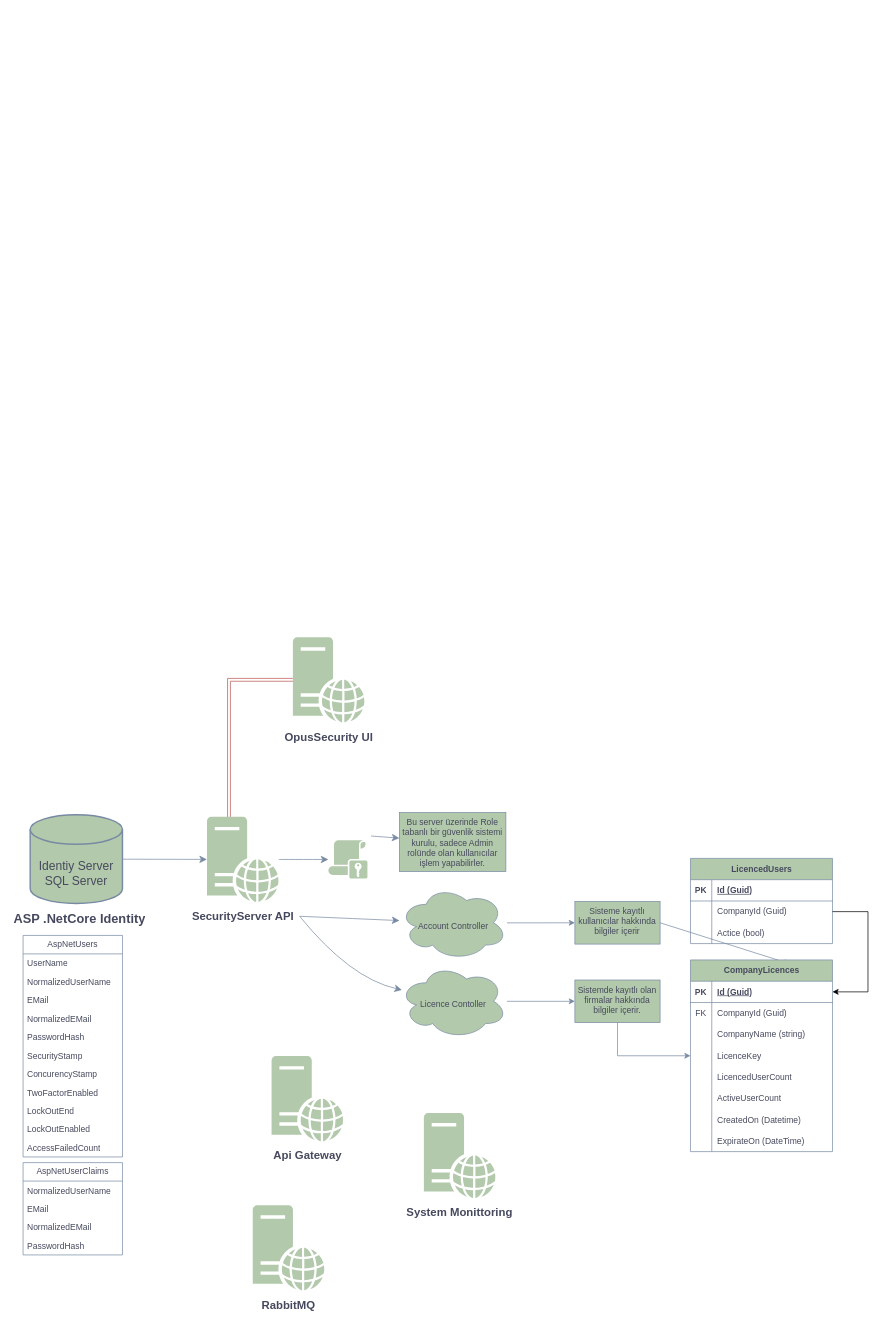
gvardal/drawio keeps this draw.io diagram as Başlıksız Diyagram.drawio. Above is the earlier version. Source tidied: cells renumbered, new cells numbered last; positions are measured from the earlier drawing's top-left corner, leaving out a move shared by most shapes. Both pictures are drawn from the tidied source at 71%, with x=0, y=0 at pixel (12, 637).
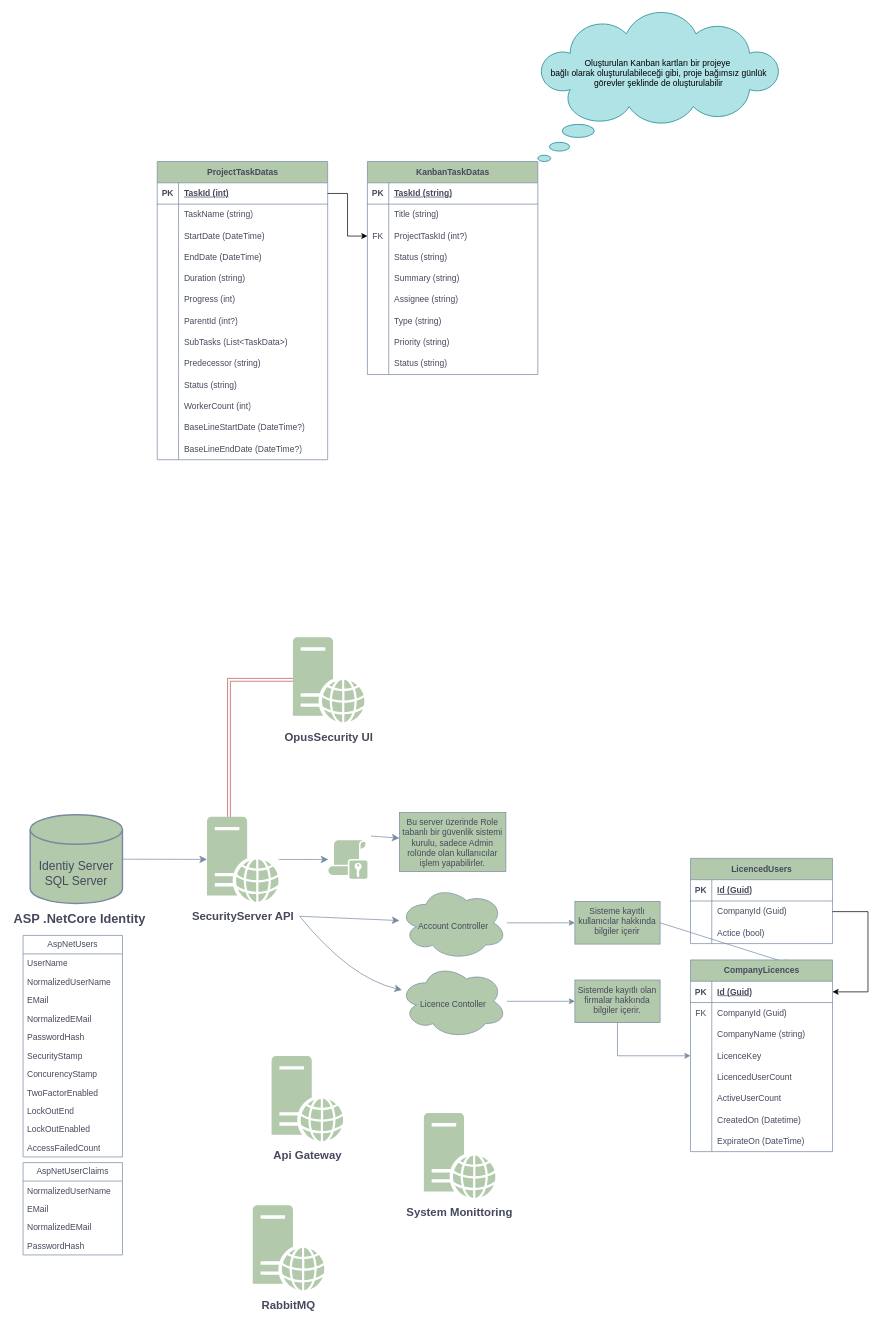
The same diagram, later.

Diff of the diagram source:
```diff
@@
+    <mxCell id="88" value="ProjectTaskDatas" style="shape=table;startSize=30;childLayout=tableLayout;rowLines=0;fontStyle=1;align=center;html=1;labelBackgroundColor=none;fillColor=#B2C9AB;strokeColor=#788AA3;fontColor=#46495D;" parent="1" vertex="1">
+      <mxGeometry x="204" y="-670" width="240" height="420" as="geometry" />
+    </mxCell>
+    <mxCell id="89" style="shape=tableRow;horizontal=0;startSize=0;swimlaneHead=0;swimlaneBody=0;fillColor=none;points=[[0,0.5],[1,0.5]];portConstraint=eastwest;top=0;left=0;right=0;bottom=1;labelBackgroundColor=none;strokeColor=#788AA3;fontColor=#46495D;" parent="88" vertex="1">
+      <mxGeometry y="30" width="240" height="30" as="geometry" />
+    </mxCell>
+    <mxCell id="90" value="PK" style="shape=partialRectangle;fillColor=none;top=0;left=0;bottom=0;right=0;fontStyle=1;overflow=hidden;whiteSpace=wrap;html=1;labelBackgroundColor=none;strokeColor=#788AA3;fontColor=#46495D;" parent="89" vertex="1">
+      <mxGeometry width="30" height="30" as="geometry" />
+    </mxCell>
+    <mxCell id="91" value="TaskId (int)" style="shape=partialRectangle;fillColor=none;top=0;left=0;bottom=0;right=0;align=left;spacingLeft=6;fontStyle=5;overflow=hidden;whiteSpace=wrap;html=1;labelBackgroundColor=none;strokeColor=#788AA3;fontColor=#46495D;" parent="89" vertex="1">
+      <mxGeometry x="30" width="210" height="30" as="geometry" />
+    </mxCell>
+    <mxCell id="92" style="shape=tableRow;horizontal=0;startSize=0;swimlaneHead=0;swimlaneBody=0;fillColor=none;top=0;left=0;right=0;bottom=0;labelBackgroundColor=none;strokeColor=#788AA3;fontColor=#46495D;" parent="88" vertex="1">
+      <mxGeometry y="60" width="240" height="30" as="geometry" />
+    </mxCell>
+    <mxCell id="93" style="shape=partialRectangle;fillColor=none;top=0;left=0;bottom=0;right=0;overflow=hidden;whiteSpace=wrap;html=1;labelBackgroundColor=none;strokeColor=#788AA3;fontColor=#46495D;" parent="92" vertex="1">
+      <mxGeometry width="30" height="30" as="geometry" />
+    </mxCell>
+    <mxCell id="94" value="TaskName (string)" style="shape=partialRectangle;fillColor=none;top=0;left=0;bottom=0;right=0;align=left;spacingLeft=6;overflow=hidden;whiteSpace=wrap;html=1;labelBackgroundColor=none;strokeColor=#788AA3;fontColor=#46495D;" parent="92" vertex="1">
+      <mxGeometry x="30" width="210" height="30" as="geometry" />
+    </mxCell>
+    <mxCell id="95" style="shape=tableRow;horizontal=0;startSize=0;swimlaneHead=0;swimlaneBody=0;fillColor=none;top=0;left=0;right=0;bottom=0;labelBackgroundColor=none;strokeColor=#788AA3;fontColor=#46495D;" parent="88" vertex="1">
+      <mxGeometry y="90" width="240" height="30" as="geometry" />
+    </mxCell>
+    <mxCell id="96" style="shape=partialRectangle;fillColor=none;top=0;left=0;bottom=0;right=0;overflow=hidden;whiteSpace=wrap;html=1;labelBackgroundColor=none;strokeColor=#788AA3;fontColor=#46495D;" parent="95" vertex="1">
+      <mxGeometry width="30" height="30" as="geometry" />
+    </mxCell>
+    <mxCell id="97" value="StartDate (DateTime)" style="shape=partialRectangle;fillColor=none;top=0;left=0;bottom=0;right=0;align=left;spacingLeft=6;overflow=hidden;whiteSpace=wrap;html=1;labelBackgroundColor=none;strokeColor=#788AA3;fontColor=#46495D;" parent="95" vertex="1">
+      <mxGeometry x="30" width="210" height="30" as="geometry" />
+    </mxCell>
+    <mxCell id="98" style="shape=tableRow;horizontal=0;startSize=0;swimlaneHead=0;swimlaneBody=0;fillColor=none;top=0;left=0;right=0;bottom=0;labelBackgroundColor=none;strokeColor=#788AA3;fontColor=#46495D;" parent="88" vertex="1">
+      <mxGeometry y="120" width="240" height="30" as="geometry" />
+    </mxCell>
+    <mxCell id="99" style="shape=partialRectangle;fillColor=none;top=0;left=0;bottom=0;right=0;overflow=hidden;whiteSpace=wrap;html=1;labelBackgroundColor=none;strokeColor=#788AA3;fontColor=#46495D;" parent="98" vertex="1">
+      <mxGeometry width="30" height="30" as="geometry" />
+    </mxCell>
+    <mxCell id="100" value="EndDate (DateTime)" style="shape=partialRectangle;fillColor=none;top=0;left=0;bottom=0;right=0;align=left;spacingLeft=6;overflow=hidden;whiteSpace=wrap;html=1;labelBackgroundColor=none;strokeColor=#788AA3;fontColor=#46495D;" parent="98" vertex="1">
+      <mxGeometry x="30" width="210" height="30" as="geometry" />
+    </mxCell>
+    <mxCell id="101" style="shape=tableRow;horizontal=0;startSize=0;swimlaneHead=0;swimlaneBody=0;fillColor=none;top=0;left=0;right=0;bottom=0;labelBackgroundColor=none;strokeColor=#788AA3;fontColor=#46495D;" parent="88" vertex="1">
+      <mxGeometry y="150" width="240" height="30" as="geometry" />
+    </mxCell>
+    <mxCell id="102" style="shape=partialRectangle;fillColor=none;top=0;left=0;bottom=0;right=0;overflow=hidden;whiteSpace=wrap;html=1;labelBackgroundColor=none;strokeColor=#788AA3;fontColor=#46495D;" parent="101" vertex="1">
+      <mxGeometry width="30" height="30" as="geometry" />
+    </mxCell>
+    <mxCell id="103" value="Duration (string)" style="shape=partialRectangle;fillColor=none;top=0;left=0;bottom=0;right=0;align=left;spacingLeft=6;overflow=hidden;whiteSpace=wrap;html=1;labelBackgroundColor=none;strokeColor=#788AA3;fontColor=#46495D;" parent="101" vertex="1">
+      <mxGeometry x="30" width="210" height="30" as="geometry" />
+    </mxCell>
+    <mxCell id="104" style="shape=tableRow;horizontal=0;startSize=0;swimlaneHead=0;swimlaneBody=0;fillColor=none;top=0;left=0;right=0;bottom=0;labelBackgroundColor=none;strokeColor=#788AA3;fontColor=#46495D;" parent="88" vertex="1">
+      <mxGeometry y="180" width="240" height="30" as="geometry" />
+    </mxCell>
+    <mxCell id="105" style="shape=partialRectangle;fillColor=none;top=0;left=0;bottom=0;right=0;overflow=hidden;whiteSpace=wrap;html=1;labelBackgroundColor=none;strokeColor=#788AA3;fontColor=#46495D;" parent="104" vertex="1">
+      <mxGeometry width="30" height="30" as="geometry" />
+    </mxCell>
+    <mxCell id="106" value="Progress (int)" style="shape=partialRectangle;fillColor=none;top=0;left=0;bottom=0;right=0;align=left;spacingLeft=6;overflow=hidden;whiteSpace=wrap;html=1;labelBackgroundColor=none;strokeColor=#788AA3;fontColor=#46495D;" parent="104" vertex="1">
+      <mxGeometry x="30" width="210" height="30" as="geometry" />
+    </mxCell>
+    <mxCell id="107" style="shape=tableRow;horizontal=0;startSize=0;swimlaneHead=0;swimlaneBody=0;fillColor=none;top=0;left=0;right=0;bottom=0;labelBackgroundColor=none;strokeColor=#788AA3;fontColor=#46495D;" parent="88" vertex="1">
+      <mxGeometry y="210" width="240" height="30" as="geometry" />
+    </mxCell>
+    <mxCell id="108" style="shape=partialRectangle;fillColor=none;top=0;left=0;bottom=0;right=0;overflow=hidden;whiteSpace=wrap;html=1;labelBackgroundColor=none;strokeColor=#788AA3;fontColor=#46495D;" parent="107" vertex="1">
+      <mxGeometry width="30" height="30" as="geometry" />
+    </mxCell>
+    <mxCell id="109" value="ParentId (int?)" style="shape=partialRectangle;fillColor=none;top=0;left=0;bottom=0;right=0;align=left;spacingLeft=6;overflow=hidden;whiteSpace=wrap;html=1;labelBackgroundColor=none;strokeColor=#788AA3;fontColor=#46495D;" parent="107" vertex="1">
+      <mxGeometry x="30" width="210" height="30" as="geometry" />
+    </mxCell>
+    <mxCell id="110" style="shape=tableRow;horizontal=0;startSize=0;swimlaneHead=0;swimlaneBody=0;fillColor=none;top=0;left=0;right=0;bottom=0;labelBackgroundColor=none;strokeColor=#788AA3;fontColor=#46495D;" parent="88" vertex="1">
+      <mxGeometry y="240" width="240" height="30" as="geometry" />
+    </mxCell>
+    <mxCell id="111" style="shape=partialRectangle;fillColor=none;top=0;left=0;bottom=0;right=0;overflow=hidden;whiteSpace=wrap;html=1;labelBackgroundColor=none;strokeColor=#788AA3;fontColor=#46495D;" parent="110" vertex="1">
+      <mxGeometry width="30" height="30" as="geometry" />
+    </mxCell>
+    <mxCell id="112" value="SubTasks (List&amp;lt;TaskData&amp;gt;)" style="shape=partialRectangle;fillColor=none;top=0;left=0;bottom=0;right=0;align=left;spacingLeft=6;overflow=hidden;whiteSpace=wrap;html=1;labelBackgroundColor=none;strokeColor=#788AA3;fontColor=#46495D;" parent="110" vertex="1">
+      <mxGeometry x="30" width="210" height="30" as="geometry" />
+    </mxCell>
+    <mxCell id="113" style="shape=tableRow;horizontal=0;startSize=0;swimlaneHead=0;swimlaneBody=0;fillColor=none;top=0;left=0;right=0;bottom=0;labelBackgroundColor=none;strokeColor=#788AA3;fontColor=#46495D;" parent="88" vertex="1">
+      <mxGeometry y="270" width="240" height="30" as="geometry" />
+    </mxCell>
+    <mxCell id="114" style="shape=partialRectangle;fillColor=none;top=0;left=0;bottom=0;right=0;overflow=hidden;whiteSpace=wrap;html=1;labelBackgroundColor=none;strokeColor=#788AA3;fontColor=#46495D;" parent="113" vertex="1">
+      <mxGeometry width="30" height="30" as="geometry" />
+    </mxCell>
+    <mxCell id="115" value="Predecessor (string)" style="shape=partialRectangle;fillColor=none;top=0;left=0;bottom=0;right=0;align=left;spacingLeft=6;overflow=hidden;whiteSpace=wrap;html=1;labelBackgroundColor=none;strokeColor=#788AA3;fontColor=#46495D;" parent="113" vertex="1">
+      <mxGeometry x="30" width="210" height="30" as="geometry" />
+    </mxCell>
+    <mxCell id="116" style="shape=tableRow;horizontal=0;startSize=0;swimlaneHead=0;swimlaneBody=0;fillColor=none;top=0;left=0;right=0;bottom=0;labelBackgroundColor=none;strokeColor=#788AA3;fontColor=#46495D;" parent="88" vertex="1">
+      <mxGeometry y="300" width="240" height="30" as="geometry" />
+    </mxCell>
+    <mxCell id="117" style="shape=partialRectangle;fillColor=none;top=0;left=0;bottom=0;right=0;overflow=hidden;whiteSpace=wrap;html=1;labelBackgroundColor=none;strokeColor=#788AA3;fontColor=#46495D;" parent="116" vertex="1">
+      <mxGeometry width="30" height="30" as="geometry" />
+    </mxCell>
+    <mxCell id="118" value="Status (string)" style="shape=partialRectangle;fillColor=none;top=0;left=0;bottom=0;right=0;align=left;spacingLeft=6;overflow=hidden;whiteSpace=wrap;html=1;labelBackgroundColor=none;strokeColor=#788AA3;fontColor=#46495D;" parent="116" vertex="1">
+      <mxGeometry x="30" width="210" height="30" as="geometry" />
+    </mxCell>
+    <mxCell id="119" style="shape=tableRow;horizontal=0;startSize=0;swimlaneHead=0;swimlaneBody=0;fillColor=none;top=0;left=0;right=0;bottom=0;labelBackgroundColor=none;strokeColor=#788AA3;fontColor=#46495D;" parent="88" vertex="1">
+      <mxGeometry y="330" width="240" height="30" as="geometry" />
+    </mxCell>
+    <mxCell id="120" style="shape=partialRectangle;fillColor=none;top=0;left=0;bottom=0;right=0;overflow=hidden;whiteSpace=wrap;html=1;labelBackgroundColor=none;strokeColor=#788AA3;fontColor=#46495D;" parent="119" vertex="1">
+      <mxGeometry width="30" height="30" as="geometry" />
+    </mxCell>
+    <mxCell id="121" value="WorkerCount (int)" style="shape=partialRectangle;fillColor=none;top=0;left=0;bottom=0;right=0;align=left;spacingLeft=6;overflow=hidden;whiteSpace=wrap;html=1;labelBackgroundColor=none;strokeColor=#788AA3;fontColor=#46495D;" parent="119" vertex="1">
+      <mxGeometry x="30" width="210" height="30" as="geometry" />
+    </mxCell>
+    <mxCell id="122" style="shape=tableRow;horizontal=0;startSize=0;swimlaneHead=0;swimlaneBody=0;fillColor=none;top=0;left=0;right=0;bottom=0;labelBackgroundColor=none;strokeColor=#788AA3;fontColor=#46495D;" parent="88" vertex="1">
+      <mxGeometry y="360" width="240" height="30" as="geometry" />
+    </mxCell>
+    <mxCell id="123" style="shape=partialRectangle;fillColor=none;top=0;left=0;bottom=0;right=0;overflow=hidden;whiteSpace=wrap;html=1;labelBackgroundColor=none;strokeColor=#788AA3;fontColor=#46495D;" parent="122" vertex="1">
+      <mxGeometry width="30" height="30" as="geometry" />
+    </mxCell>
+    <mxCell id="124" value="BaseLineStartDate (DateTime?)" style="shape=partialRectangle;fillColor=none;top=0;left=0;bottom=0;right=0;align=left;spacingLeft=6;overflow=hidden;whiteSpace=wrap;html=1;labelBackgroundColor=none;strokeColor=#788AA3;fontColor=#46495D;" parent="122" vertex="1">
+      <mxGeometry x="30" width="210" height="30" as="geometry" />
+    </mxCell>
+    <mxCell id="125" style="shape=tableRow;horizontal=0;startSize=0;swimlaneHead=0;swimlaneBody=0;fillColor=none;top=0;left=0;right=0;bottom=0;labelBackgroundColor=none;strokeColor=#788AA3;fontColor=#46495D;" parent="88" vertex="1">
+      <mxGeometry y="390" width="240" height="30" as="geometry" />
+    </mxCell>
+    <mxCell id="126" style="shape=partialRectangle;fillColor=none;top=0;left=0;bottom=0;right=0;overflow=hidden;whiteSpace=wrap;html=1;labelBackgroundColor=none;strokeColor=#788AA3;fontColor=#46495D;" parent="125" vertex="1">
+      <mxGeometry width="30" height="30" as="geometry" />
+    </mxCell>
+    <mxCell id="127" value="BaseLineEndDate (DateTime?)" style="shape=partialRectangle;fillColor=none;top=0;left=0;bottom=0;right=0;align=left;spacingLeft=6;overflow=hidden;whiteSpace=wrap;html=1;labelBackgroundColor=none;strokeColor=#788AA3;fontColor=#46495D;" parent="125" vertex="1">
+      <mxGeometry x="30" width="210" height="30" as="geometry" />
+    </mxCell>
+    <mxCell id="128" value="KanbanTaskDatas" style="shape=table;startSize=30;childLayout=tableLayout;rowLines=0;fontStyle=1;align=center;html=1;labelBackgroundColor=none;fillColor=#B2C9AB;strokeColor=#788AA3;fontColor=#46495D;" parent="1" vertex="1">
+      <mxGeometry x="500" y="-670" width="240" height="300" as="geometry" />
+    </mxCell>
+    <mxCell id="129" style="shape=tableRow;horizontal=0;startSize=0;swimlaneHead=0;swimlaneBody=0;fillColor=none;top=0;left=0;right=0;bottom=1;labelBackgroundColor=none;strokeColor=#788AA3;fontColor=#46495D;" parent="128" vertex="1">
+      <mxGeometry y="30" width="240" height="30" as="geometry" />
+    </mxCell>
+    <mxCell id="130" value="PK" style="shape=partialRectangle;fillColor=none;top=0;left=0;bottom=0;right=0;fontStyle=1;overflow=hidden;whiteSpace=wrap;html=1;labelBackgroundColor=none;strokeColor=#788AA3;fontColor=#46495D;" parent="129" vertex="1">
+      <mxGeometry width="30" height="30" as="geometry" />
+    </mxCell>
+    <mxCell id="131" value="TaskId (string)" style="shape=partialRectangle;fillColor=none;top=0;left=0;bottom=0;right=0;align=left;spacingLeft=6;fontStyle=5;overflow=hidden;whiteSpace=wrap;html=1;labelBackgroundColor=none;strokeColor=#788AA3;fontColor=#46495D;" parent="129" vertex="1">
+      <mxGeometry x="30" width="210" height="30" as="geometry" />
+    </mxCell>
+    <mxCell id="132" style="shape=tableRow;horizontal=0;startSize=0;swimlaneHead=0;swimlaneBody=0;fillColor=none;top=0;left=0;right=0;bottom=0;labelBackgroundColor=none;strokeColor=#788AA3;fontColor=#46495D;" parent="128" vertex="1">
+      <mxGeometry y="60" width="240" height="30" as="geometry" />
+    </mxCell>
+    <mxCell id="133" style="shape=partialRectangle;fillColor=none;top=0;left=0;bottom=0;right=0;overflow=hidden;whiteSpace=wrap;html=1;labelBackgroundColor=none;strokeColor=#788AA3;fontColor=#46495D;" parent="132" vertex="1">
+      <mxGeometry width="30" height="30" as="geometry" />
+    </mxCell>
+    <mxCell id="134" value="Title (string)" style="shape=partialRectangle;fillColor=none;top=0;left=0;bottom=0;right=0;align=left;spacingLeft=6;overflow=hidden;whiteSpace=wrap;html=1;labelBackgroundColor=none;strokeColor=#788AA3;fontColor=#46495D;" parent="132" vertex="1">
+      <mxGeometry x="30" width="210" height="30" as="geometry" />
+    </mxCell>
+    <mxCell id="135" style="shape=tableRow;horizontal=0;startSize=0;swimlaneHead=0;swimlaneBody=0;fillColor=none;points=[[0,0.5],[1,0.5]];portConstraint=eastwest;top=0;left=0;right=0;bottom=0;labelBackgroundColor=none;strokeColor=#788AA3;fontColor=#46495D;" parent="128" vertex="1">
+      <mxGeometry y="90" width="240" height="30" as="geometry" />
+    </mxCell>
+    <mxCell id="136" value="FK" style="shape=partialRectangle;fillColor=none;top=0;left=0;bottom=0;right=0;overflow=hidden;whiteSpace=wrap;html=1;labelBackgroundColor=none;strokeColor=#788AA3;fontColor=#46495D;" parent="135" vertex="1">
+      <mxGeometry width="30" height="30" as="geometry" />
+    </mxCell>
+    <mxCell id="137" value="ProjectTaskId (int?)" style="shape=partialRectangle;fillColor=none;top=0;left=0;bottom=0;right=0;align=left;spacingLeft=6;overflow=hidden;whiteSpace=wrap;html=1;labelBackgroundColor=none;strokeColor=#788AA3;fontColor=#46495D;" parent="135" vertex="1">
+      <mxGeometry x="30" width="210" height="30" as="geometry" />
+    </mxCell>
+    <mxCell id="138" style="shape=tableRow;horizontal=0;startSize=0;swimlaneHead=0;swimlaneBody=0;fillColor=none;top=0;left=0;right=0;bottom=0;labelBackgroundColor=none;strokeColor=#788AA3;fontColor=#46495D;" parent="128" vertex="1">
+      <mxGeometry y="120" width="240" height="30" as="geometry" />
+    </mxCell>
+    <mxCell id="139" style="shape=partialRectangle;fillColor=none;top=0;left=0;bottom=0;right=0;overflow=hidden;whiteSpace=wrap;html=1;labelBackgroundColor=none;strokeColor=#788AA3;fontColor=#46495D;" parent="138" vertex="1">
+      <mxGeometry width="30" height="30" as="geometry" />
+    </mxCell>
+    <mxCell id="140" value="Status (string)" style="shape=partialRectangle;fillColor=none;top=0;left=0;bottom=0;right=0;align=left;spacingLeft=6;overflow=hidden;whiteSpace=wrap;html=1;labelBackgroundColor=none;strokeColor=#788AA3;fontColor=#46495D;" parent="138" vertex="1">
+      <mxGeometry x="30" width="210" height="30" as="geometry" />
+    </mxCell>
+    <mxCell id="141" style="shape=tableRow;horizontal=0;startSize=0;swimlaneHead=0;swimlaneBody=0;fillColor=none;top=0;left=0;right=0;bottom=0;labelBackgroundColor=none;strokeColor=#788AA3;fontColor=#46495D;" parent="128" vertex="1">
+      <mxGeometry y="150" width="240" height="30" as="geometry" />
+    </mxCell>
+    <mxCell id="142" style="shape=partialRectangle;fillColor=none;top=0;left=0;bottom=0;right=0;overflow=hidden;whiteSpace=wrap;html=1;labelBackgroundColor=none;strokeColor=#788AA3;fontColor=#46495D;" parent="141" vertex="1">
+      <mxGeometry width="30" height="30" as="geometry" />
+    </mxCell>
+    <mxCell id="143" value="Summary (string)" style="shape=partialRectangle;fillColor=none;top=0;left=0;bottom=0;right=0;align=left;spacingLeft=6;overflow=hidden;whiteSpace=wrap;html=1;labelBackgroundColor=none;strokeColor=#788AA3;fontColor=#46495D;" parent="141" vertex="1">
+      <mxGeometry x="30" width="210" height="30" as="geometry" />
+    </mxCell>
+    <mxCell id="144" style="shape=tableRow;horizontal=0;startSize=0;swimlaneHead=0;swimlaneBody=0;fillColor=none;top=0;left=0;right=0;bottom=0;labelBackgroundColor=none;strokeColor=#788AA3;fontColor=#46495D;" parent="128" vertex="1">
+      <mxGeometry y="180" width="240" height="30" as="geometry" />
+    </mxCell>
+    <mxCell id="145" style="shape=partialRectangle;fillColor=none;top=0;left=0;bottom=0;right=0;overflow=hidden;whiteSpace=wrap;html=1;labelBackgroundColor=none;strokeColor=#788AA3;fontColor=#46495D;" parent="144" vertex="1">
+      <mxGeometry width="30" height="30" as="geometry" />
+    </mxCell>
+    <mxCell id="146" value="Assignee (string)" style="shape=partialRectangle;fillColor=none;top=0;left=0;bottom=0;right=0;align=left;spacingLeft=6;overflow=hidden;whiteSpace=wrap;html=1;labelBackgroundColor=none;strokeColor=#788AA3;fontColor=#46495D;" parent="144" vertex="1">
+      <mxGeometry x="30" width="210" height="30" as="geometry" />
+    </mxCell>
+    <mxCell id="147" style="shape=tableRow;horizontal=0;startSize=0;swimlaneHead=0;swimlaneBody=0;fillColor=none;top=0;left=0;right=0;bottom=0;labelBackgroundColor=none;strokeColor=#788AA3;fontColor=#46495D;" parent="128" vertex="1">
+      <mxGeometry y="210" width="240" height="30" as="geometry" />
+    </mxCell>
+    <mxCell id="148" style="shape=partialRectangle;fillColor=none;top=0;left=0;bottom=0;right=0;overflow=hidden;whiteSpace=wrap;html=1;labelBackgroundColor=none;strokeColor=#788AA3;fontColor=#46495D;" parent="147" vertex="1">
+      <mxGeometry width="30" height="30" as="geometry" />
+    </mxCell>
+    <mxCell id="149" value="Type (string)" style="shape=partialRectangle;fillColor=none;top=0;left=0;bottom=0;right=0;align=left;spacingLeft=6;overflow=hidden;whiteSpace=wrap;html=1;labelBackgroundColor=none;strokeColor=#788AA3;fontColor=#46495D;" parent="147" vertex="1">
+      <mxGeometry x="30" width="210" height="30" as="geometry" />
+    </mxCell>
+    <mxCell id="150" style="shape=tableRow;horizontal=0;startSize=0;swimlaneHead=0;swimlaneBody=0;fillColor=none;top=0;left=0;right=0;bottom=0;labelBackgroundColor=none;strokeColor=#788AA3;fontColor=#46495D;" parent="128" vertex="1">
+      <mxGeometry y="240" width="240" height="30" as="geometry" />
+    </mxCell>
+    <mxCell id="151" style="shape=partialRectangle;fillColor=none;top=0;left=0;bottom=0;right=0;overflow=hidden;whiteSpace=wrap;html=1;labelBackgroundColor=none;strokeColor=#788AA3;fontColor=#46495D;" parent="150" vertex="1">
+      <mxGeometry width="30" height="30" as="geometry" />
+    </mxCell>
+    <mxCell id="152" value="Priority (string)" style="shape=partialRectangle;fillColor=none;top=0;left=0;bottom=0;right=0;align=left;spacingLeft=6;overflow=hidden;whiteSpace=wrap;html=1;labelBackgroundColor=none;strokeColor=#788AA3;fontColor=#46495D;" parent="150" vertex="1">
+      <mxGeometry x="30" width="210" height="30" as="geometry" />
+    </mxCell>
+    <mxCell id="153" style="shape=tableRow;horizontal=0;startSize=0;swimlaneHead=0;swimlaneBody=0;fillColor=none;top=0;left=0;right=0;bottom=0;labelBackgroundColor=none;strokeColor=#788AA3;fontColor=#46495D;" parent="128" vertex="1">
+      <mxGeometry y="270" width="240" height="30" as="geometry" />
+    </mxCell>
+    <mxCell id="154" style="shape=partialRectangle;fillColor=none;top=0;left=0;bottom=0;right=0;overflow=hidden;whiteSpace=wrap;html=1;labelBackgroundColor=none;strokeColor=#788AA3;fontColor=#46495D;" parent="153" vertex="1">
+      <mxGeometry width="30" height="30" as="geometry" />
+    </mxCell>
+    <mxCell id="155" value="Status (string)" style="shape=partialRectangle;fillColor=none;top=0;left=0;bottom=0;right=0;align=left;spacingLeft=6;overflow=hidden;whiteSpace=wrap;html=1;labelBackgroundColor=none;strokeColor=#788AA3;fontColor=#46495D;" parent="153" vertex="1">
+      <mxGeometry x="30" width="210" height="30" as="geometry" />
+    </mxCell>
+    <mxCell id="156" style="edgeStyle=orthogonalEdgeStyle;rounded=0;jettySize=auto;html=1;" parent="1" edge="1" source="89" target="135">
+      <mxGeometry relative="1" as="geometry" />
+    </mxCell>
+    <mxCell id="157" value="&lt;div&gt;&lt;br&gt;&lt;/div&gt;&lt;div&gt;&lt;br&gt;&lt;/div&gt;&lt;div&gt;&lt;br&gt;&lt;/div&gt;&amp;nbsp; &amp;nbsp; &amp;nbsp; &amp;nbsp; &amp;nbsp; &amp;nbsp;&lt;div&gt;Oluşturulan Kanban kartları bir projeye&amp;nbsp;&lt;div&gt;bağlı olarak&amp;nbsp;&lt;span style=&quot;background-color: transparent; color: light-dark(rgb(0, 0, 0), rgb(255, 255, 255));&quot;&gt;oluşturulabileceği gibi, proje bağımsız günlük görevler şeklinde de oluşturulabilir&lt;/span&gt;&lt;/div&gt;&lt;/div&gt;" style="whiteSpace=wrap;html=1;shape=mxgraph.basic.cloud_callout;textShadow=0;verticalAlign=top;fillColor=#b0e3e6;strokeColor=#0e8088;" parent="1" vertex="1">
+      <mxGeometry x="740" y="-880" width="340.8" height="210" as="geometry" />
+    </mxCell>
```
